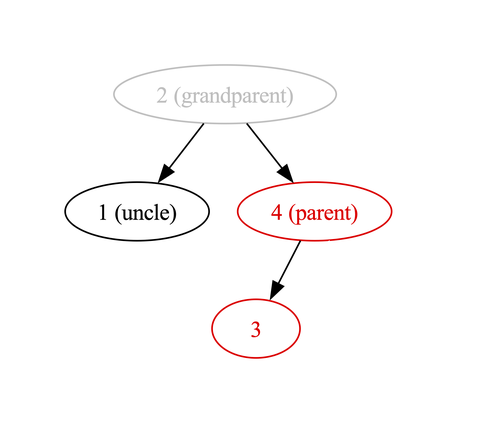
The Graphviz diagram Fw/DataStructures/docs/diagrams/insertNode/black-uncle-1.png in nasa/fprime, before a commit. Its source is kept beside it as Fw/DataStructures/docs/diagrams/insertNode/black-uncle-1.dot. The source it was exported from:
```dot
digraph {

  2 -> 1
  2 -> 4
  4 -> 3
  4 -> X [color="white"]

  1 [label="1 (uncle)"]
  2 [label="2 (grandparent)",color="gray",fontcolor="gray"]
  4 [label="4 (parent)",color="red",fontcolor="red"]
  3 [color="red",fontcolor="red"]

  X [color="white",fontcolor="white"]
}
```
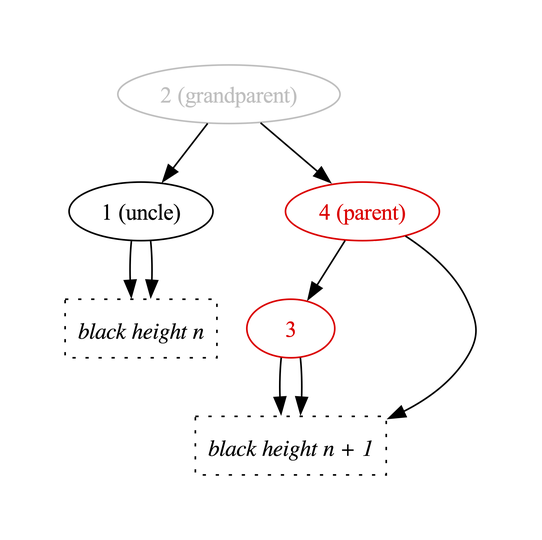
The same file after the commit.

The edit, as a diff of the source:
```diff
@@ -5,10 +5,20 @@
   4 -> 3
   4 -> X [color="white"]
 
+  1 -> BHn
+  1 -> BHn
+
+  4 -> BHnPlus1
+  3 -> BHnPlus1
+  3 -> BHnPlus1
+
   1 [label="1 (uncle)"]
   2 [label="2 (grandparent)",color="gray",fontcolor="gray"]
   4 [label="4 (parent)",color="red",fontcolor="red"]
   3 [color="red",fontcolor="red"]
 
   X [color="white",fontcolor="white"]
+
+  BHn [shape="box",label="black height n",style="dotted",fontname="Italic"]
+  BHnPlus1 [shape="box",label="black height n + 1",style="dotted",fontname="Italic"]
 }
```
